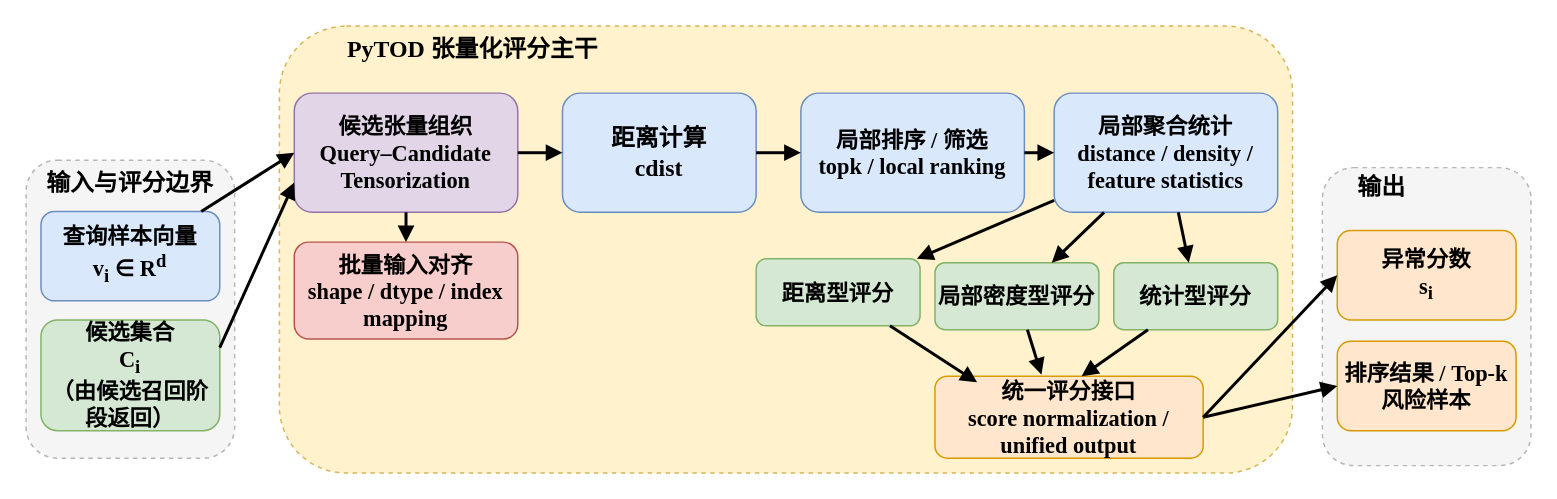
This is figures/fig3_2_PyTOD_scoring_backbone.drawio from HuangEven/latex-template, a draw.io file, before an edit. Source tidied: cells renumbered, new cells numbered last; positions are measured from the earlier drawing's top-left corner, leaving out a move shared by most shapes. Both pictures are drawn from the tidied source at 149%, with x=0, y=0 at pixel (25, 25).
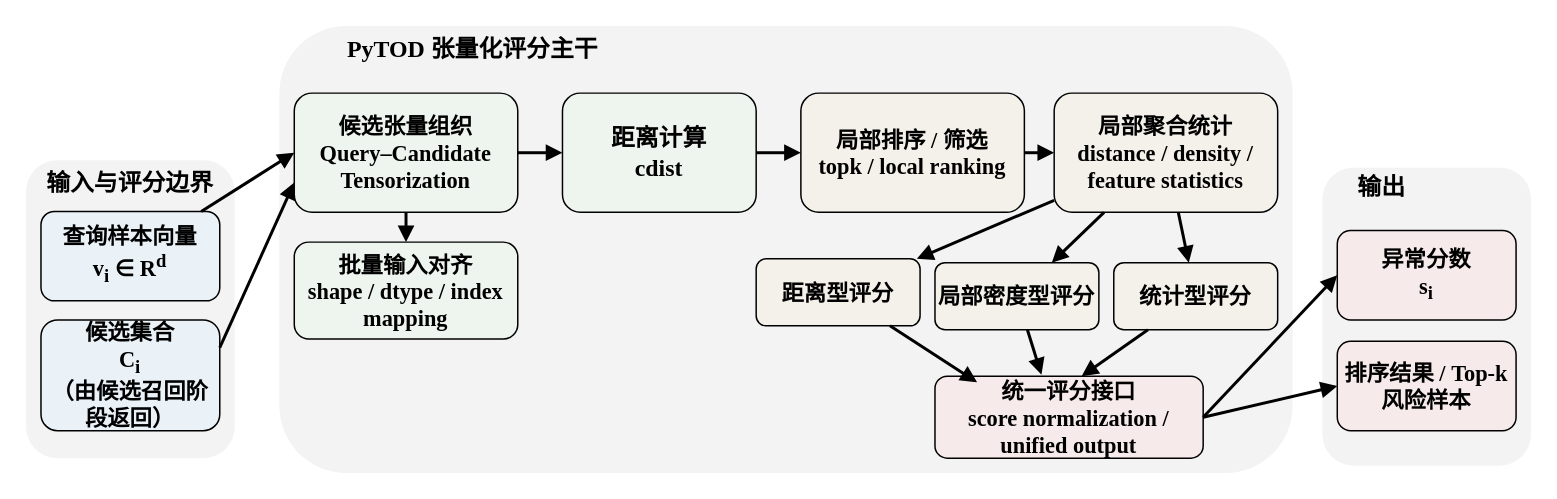
The same page after the edit.

What changed in the source:
```diff
@@
-    <mxCell id="2" style="rounded=1;whiteSpace=wrap;html=1;fillColor=#f5f5f5;strokeColor=#b7b7b7;dashed=1;fontSize=14;fontStyle=1;verticalAlign=top;align=left;spacingTop=8;spacingLeft=8;rotation=0;fontFamily=Times New Roman;" parent="1" vertex="1">
+    <mxCell id="2" style="rounded=1;whiteSpace=wrap;html=1;fillColor=#F3F3F3;strokeColor=none;dashed=1;fontSize=14;fontStyle=1;verticalAlign=top;align=left;spacingTop=8;spacingLeft=8;rotation=0;fontFamily=Times New Roman;" parent="1" vertex="1">
       <mxGeometry y="90" width="140" height="200" as="geometry" />
     </mxCell>
-    <mxCell id="3" style="rounded=1;whiteSpace=wrap;html=1;fillColor=#fff2cc;strokeColor=#d6b656;dashed=1;fontSize=14;fontStyle=1;verticalAlign=top;align=left;spacingTop=8;spacingLeft=8;fontFamily=Times New Roman;" parent="1" vertex="1">
+    <mxCell id="3" style="rounded=1;whiteSpace=wrap;html=1;fillColor=#F3F3F3;strokeColor=none;dashed=1;fontSize=14;fontStyle=1;verticalAlign=top;align=left;spacingTop=8;spacingLeft=8;fontFamily=Times New Roman;" parent="1" vertex="1">
       <mxGeometry x="170" width="680" height="300" as="geometry" />
     </mxCell>
-    <mxCell id="4" style="rounded=1;whiteSpace=wrap;html=1;fillColor=#f5f5f5;strokeColor=#b7b7b7;dashed=1;fontSize=14;fontStyle=1;verticalAlign=top;align=left;spacingTop=8;spacingLeft=8;fontFamily=Times New Roman;" parent="1" vertex="1">
+    <mxCell id="4" style="rounded=1;whiteSpace=wrap;html=1;fillColor=#F3F3F3;strokeColor=none;dashed=1;fontSize=14;fontStyle=1;verticalAlign=top;align=left;spacingTop=8;spacingLeft=8;fontFamily=Times New Roman;" parent="1" vertex="1">
       <mxGeometry x="870" y="95" width="140" height="200" as="geometry" />
     </mxCell>
-    <mxCell id="5" value="查询样本向量&lt;br&gt;&lt;span&gt;v&lt;sub&gt;i&lt;/sub&gt; ∈ R&lt;sup&gt;d&lt;/sup&gt;&lt;/span&gt;" style="rounded=1;whiteSpace=wrap;html=1;fillColor=#dae8fc;strokeColor=#6c8ebf;fontSize=15;fontStyle=1;fontFamily=Times New Roman;" parent="1" vertex="1">
+    <mxCell id="5" value="查询样本向量&lt;br&gt;&lt;span&gt;v&lt;sub&gt;i&lt;/sub&gt; ∈ R&lt;sup&gt;d&lt;/sup&gt;&lt;/span&gt;" style="rounded=1;whiteSpace=wrap;html=1;fillColor=#EAF2F8;strokeColor=#000000;fontSize=15;fontStyle=1;fontFamily=Times New Roman;gradientColor=none;" parent="1" vertex="1">
       <mxGeometry x="10" y="124.4" width="120" height="60" as="geometry" />
     </mxCell>
-    <mxCell id="6" value="候选集合&lt;br&gt;&lt;span&gt;C&lt;sub&gt;i&lt;/sub&gt;&lt;/span&gt;&lt;br&gt;（由候选召回阶段返回）" style="rounded=1;whiteSpace=wrap;html=1;fillColor=#d5e8d4;strokeColor=#82b366;fontSize=15;fontStyle=1;fontFamily=Times New Roman;" parent="1" vertex="1">
+    <mxCell id="6" value="候选集合&lt;br&gt;&lt;span&gt;C&lt;sub&gt;i&lt;/sub&gt;&lt;/span&gt;&lt;br&gt;（由候选召回阶段返回）" style="rounded=1;whiteSpace=wrap;html=1;fillColor=#EAF2F8;strokeColor=#000000;fontSize=15;fontStyle=1;fontFamily=Times New Roman;" parent="1" vertex="1">
       <mxGeometry x="10" y="197.2" width="120" height="74.4" as="geometry" />
     </mxCell>
-    <mxCell id="7" value="候选张量组织&lt;br&gt;Query–Candidate Tensorization" style="rounded=1;whiteSpace=wrap;html=1;fillColor=#e1d5e7;strokeColor=#9673a6;fontSize=15;fontStyle=1;fontFamily=Times New Roman;" parent="1" vertex="1">
+    <mxCell id="7" value="候选张量组织&lt;br&gt;Query–Candidate Tensorization" style="rounded=1;whiteSpace=wrap;html=1;fillColor=#EEF5EE;strokeColor=#000000;fontSize=15;fontStyle=1;fontFamily=Times New Roman;" parent="1" vertex="1">
       <mxGeometry x="180" y="45" width="150" height="80" as="geometry" />
     </mxCell>
-    <mxCell id="8" value="批量输入对齐&lt;br&gt;shape / dtype / index mapping" style="rounded=1;whiteSpace=wrap;html=1;fillColor=#f8cecc;strokeColor=#b85450;fontSize=15;fontStyle=1;fontFamily=Times New Roman;" parent="1" vertex="1">
+    <mxCell id="8" value="批量输入对齐&lt;br&gt;shape / dtype / index mapping" style="rounded=1;whiteSpace=wrap;html=1;fillColor=#EEF5EE;strokeColor=#000000;fontSize=15;fontStyle=1;fontFamily=Times New Roman;" parent="1" vertex="1">
       <mxGeometry x="180" y="145" width="150" height="65" as="geometry" />
     </mxCell>
-    <mxCell id="9" value="距离计算&lt;br&gt;&lt;b&gt;cdist&lt;/b&gt;" style="rounded=1;whiteSpace=wrap;html=1;fillColor=#dae8fc;strokeColor=#6c8ebf;fontSize=16;fontStyle=1;fontFamily=Times New Roman;" parent="1" vertex="1">
+    <mxCell id="9" value="距离计算&lt;br&gt;&lt;b&gt;cdist&lt;/b&gt;" style="rounded=1;whiteSpace=wrap;html=1;fillColor=#EEF5EE;strokeColor=#000000;fontSize=16;fontStyle=1;fontFamily=Times New Roman;" parent="1" vertex="1">
       <mxGeometry x="360" y="45" width="130" height="80" as="geometry" />
     </mxCell>
-    <mxCell id="10" value="局部排序 / 筛选&lt;br&gt;&lt;b&gt;topk / local ranking&lt;/b&gt;" style="rounded=1;whiteSpace=wrap;html=1;fillColor=#dae8fc;strokeColor=#6c8ebf;fontSize=15;fontStyle=1;fontFamily=Times New Roman;" parent="1" vertex="1">
+    <mxCell id="10" value="局部排序 / 筛选&lt;br&gt;&lt;b&gt;topk / local ranking&lt;/b&gt;" style="rounded=1;whiteSpace=wrap;html=1;fillColor=#F4F1EA;strokeColor=#000000;fontSize=15;fontStyle=1;fontFamily=Times New Roman;" parent="1" vertex="1">
       <mxGeometry x="520" y="45" width="150" height="80" as="geometry" />
     </mxCell>
-    <mxCell id="11" value="局部聚合统计&lt;br&gt;distance / density / feature statistics" style="rounded=1;whiteSpace=wrap;html=1;fillColor=#dae8fc;strokeColor=#6c8ebf;fontSize=15;fontStyle=1;fontFamily=Times New Roman;" parent="1" vertex="1">
+    <mxCell id="11" value="局部聚合统计&lt;br&gt;distance / density / feature statistics" style="rounded=1;whiteSpace=wrap;html=1;fillColor=#F4F1EA;strokeColor=#000000;fontSize=15;fontStyle=1;fontFamily=Times New Roman;" parent="1" vertex="1">
       <mxGeometry x="690" y="45" width="150" height="80" as="geometry" />
     </mxCell>
-    <mxCell id="12" value="距离型评分" style="rounded=1;whiteSpace=wrap;html=1;fillColor=#d5e8d4;strokeColor=#82b366;fontSize=15;fontStyle=1;fontFamily=Times New Roman;" parent="1" vertex="1">
+    <mxCell id="12" value="距离型评分" style="rounded=1;whiteSpace=wrap;html=1;fillColor=#F4F1EA;strokeColor=#000000;fontSize=15;fontStyle=1;fontFamily=Times New Roman;" parent="1" vertex="1">
       <mxGeometry x="490" y="156.2" width="110" height="45" as="geometry" />
     </mxCell>
-    <mxCell id="13" value="局部密度型评分" style="rounded=1;whiteSpace=wrap;html=1;fillColor=#d5e8d4;strokeColor=#82b366;fontSize=15;fontStyle=1;fontFamily=Times New Roman;" parent="1" vertex="1">
+    <mxCell id="13" value="局部密度型评分" style="rounded=1;whiteSpace=wrap;html=1;fillColor=#F4F1EA;strokeColor=#000000;fontSize=15;fontStyle=1;fontFamily=Times New Roman;" parent="1" vertex="1">
       <mxGeometry x="610" y="158.8" width="110" height="45" as="geometry" />
     </mxCell>
-    <mxCell id="14" value="统计型评分" style="rounded=1;whiteSpace=wrap;html=1;fillColor=#d5e8d4;strokeColor=#82b366;fontSize=15;fontStyle=1;fontFamily=Times New Roman;" parent="1" vertex="1">
+    <mxCell id="14" value="统计型评分" style="rounded=1;whiteSpace=wrap;html=1;fillColor=#F4F1EA;strokeColor=#000000;fontSize=15;fontStyle=1;fontFamily=Times New Roman;gradientColor=none;" parent="1" vertex="1">
       <mxGeometry x="730" y="158.8" width="110" height="45" as="geometry" />
     </mxCell>
-    <mxCell id="15" value="统一评分接口&lt;br&gt;score normalization / unified output" style="rounded=1;whiteSpace=wrap;html=1;fillColor=#ffe6cc;strokeColor=#d79b00;fontSize=15;fontStyle=1;fontFamily=Times New Roman;" parent="1" vertex="1">
+    <mxCell id="15" value="统一评分接口&lt;br&gt;score normalization / unified output" style="rounded=1;whiteSpace=wrap;html=1;fillColor=#F6EAEA;strokeColor=#000000;fontSize=15;fontStyle=1;fontFamily=Times New Roman;" parent="1" vertex="1">
       <mxGeometry x="610" y="235" width="180" height="55" as="geometry" />
     </mxCell>
-    <mxCell id="16" value="异常分数&lt;br&gt;&lt;b&gt;s&lt;sub&gt;i&lt;/sub&gt;&lt;/b&gt;" style="rounded=1;whiteSpace=wrap;html=1;fillColor=#ffe6cc;strokeColor=#d79b00;fontSize=15;fontStyle=1;fontFamily=Times New Roman;" parent="1" vertex="1">
+    <mxCell id="16" value="异常分数&lt;br&gt;&lt;b&gt;s&lt;sub&gt;i&lt;/sub&gt;&lt;/b&gt;" style="rounded=1;whiteSpace=wrap;html=1;fillColor=#F6EAEA;strokeColor=#000000;fontSize=15;fontStyle=1;fontFamily=Times New Roman;" parent="1" vertex="1">
       <mxGeometry x="880" y="137.2" width="120" height="60" as="geometry" />
     </mxCell>
-    <mxCell id="17" value="排序结果 / Top-k 风险样本" style="rounded=1;whiteSpace=wrap;html=1;fillColor=#ffe6cc;strokeColor=#d79b00;fontSize=15;fontStyle=1;fontFamily=Times New Roman;" parent="1" vertex="1">
+    <mxCell id="17" value="排序结果 / Top-k 风险样本" style="rounded=1;whiteSpace=wrap;html=1;fillColor=#F6EAEA;strokeColor=#000000;fontSize=15;fontStyle=1;fontFamily=Times New Roman;" parent="1" vertex="1">
       <mxGeometry x="880" y="211.6" width="120" height="60" as="geometry" />
     </mxCell>
```
